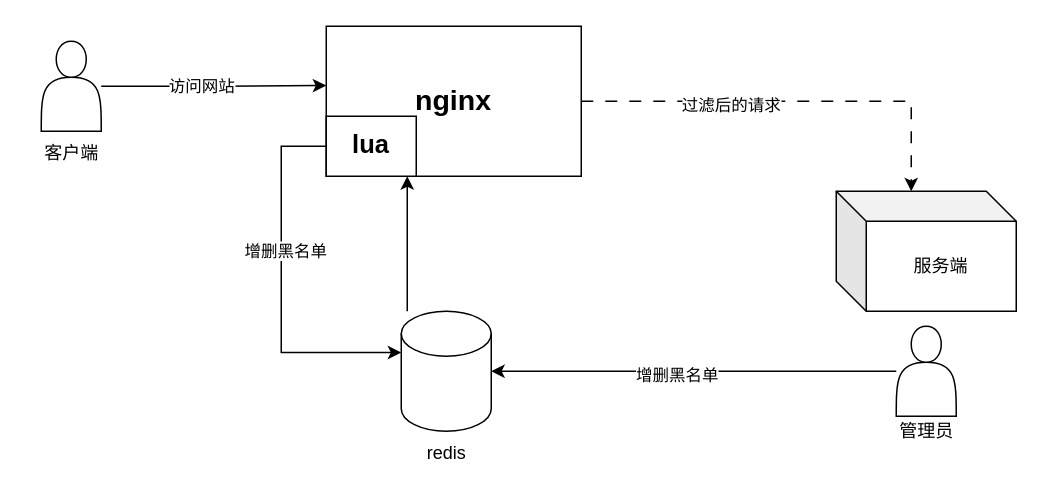
Before: nginx防火墙2.drawio in red-fox-yj/draw.io, a draw.io diagram. Source tidied: cells renumbered, new cells numbered last; positions are measured from the earlier drawing's top-left corner, leaving out a move shared by most shapes. Both pictures are drawn from the tidied source at 150%, with x=0, y=0 at pixel (26, 26).
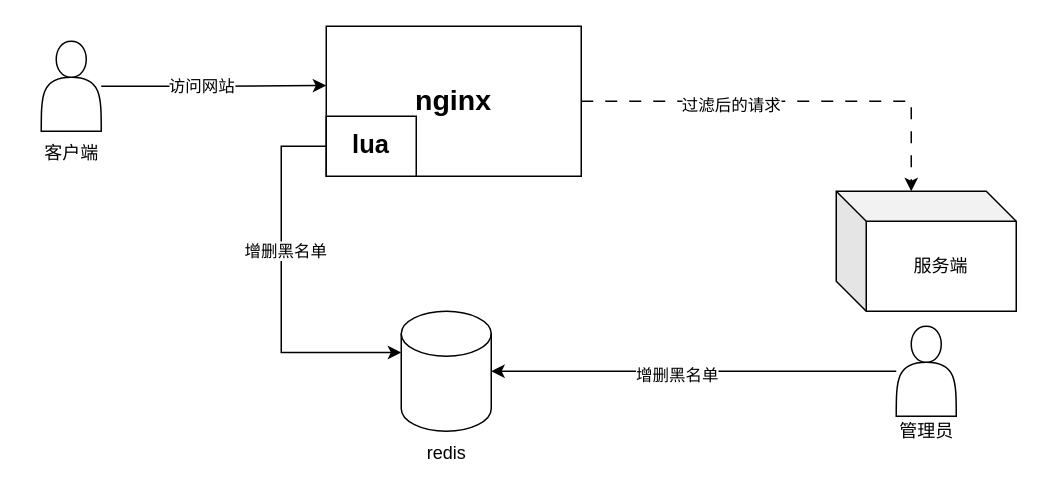
After the change.

Commit message (it also covers changes not shown here):
更新nginx防火墙2.drawio

The change refers to these unchanged cells:
```xml
<mxCell id="11" value="&lt;b&gt;&lt;font style=&quot;font-size: 17px;&quot;&gt;lua&lt;/font&gt;&lt;/b&gt;" style="rounded=0;whiteSpace=wrap;html=1;" parent="1" vertex="1">
  <mxGeometry x="200" y="60" width="60" height="40" as="geometry" />
</mxCell>
<mxCell id="13" style="shape=cylinder3;whiteSpace=wrap;html=1;boundedLbl=1;backgroundOutline=1;size=15;" parent="1" vertex="1">
  <mxGeometry x="250" y="190" width="60" height="80" as="geometry" />
</mxCell>
```

Change to the diagram source:
```diff
@@
-    <mxCell id="12" style="edgeStyle=orthogonalEdgeStyle;rounded=0;jettySize=auto;html=1;entryX=0.9;entryY=1;entryDx=0;entryDy=0;entryPerimeter=0;" parent="1" edge="1" source="13" target="11">
-      <mxGeometry relative="1" as="geometry">
-        <Array as="points">
-          <mxPoint x="254" y="170" />
-          <mxPoint x="254" y="170" />
-        </Array>
-      </mxGeometry>
-    </mxCell>
```
